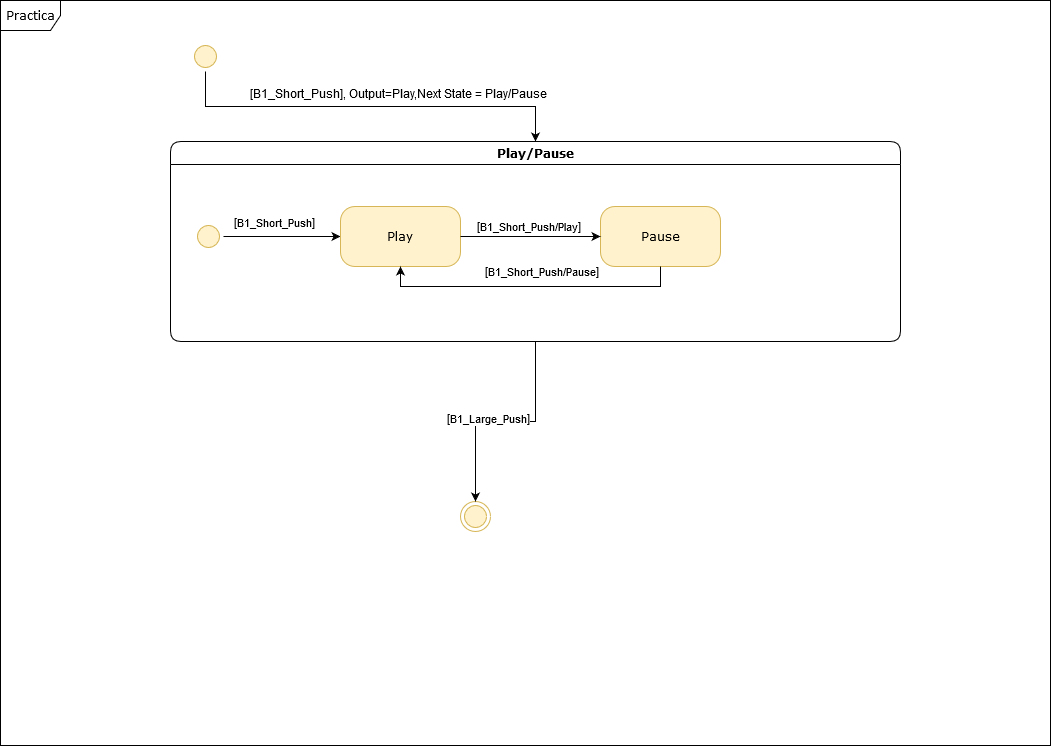
The draw.io diagram Diagramas/MS/Play_Pause.png in khr1s25/Reproductor_v2, before a commit. Source tidied: cells renumbered, new cells last; positions are measured from the earlier drawing's top-left corner, leaving out a move shared by most shapes. The source it was exported from:
```xml
<mxGraphModel background="#ffffff">
  <root>
    <mxCell id="0" />
    <mxCell id="1" parent="0" />
    <mxCell id="2" value="Practica" style="shape=umlFrame;whiteSpace=wrap;html=1;rounded=1;shadow=0;comic=0;labelBackgroundColor=none;strokeWidth=1;fontFamily=Verdana;fontSize=12;align=center;" parent="1" vertex="1">
      <mxGeometry width="1050" height="745" as="geometry" />
    </mxCell>
    <mxCell id="3" style="edgeStyle=orthogonalEdgeStyle;rounded=0;jettySize=auto;html=1;exitX=1;exitY=0.5;exitDx=0;exitDy=0;entryX=0.5;entryY=0;entryDx=0;entryDy=0;" parent="1" edge="1" source="5" target="6">
      <mxGeometry relative="1" as="geometry" />
    </mxCell>
    <mxCell id="4" value="[B1_Short_Push], Output=Play,Next State = Play/Pause" style="text;html=1;align=center;verticalAlign=middle;labelBackgroundColor=#ffffff;" parent="3" vertex="1">
      <mxGeometry x="-0.26" relative="1" as="geometry">
        <mxPoint x="78.5" y="-14" as="offset" />
      </mxGeometry>
    </mxCell>
    <mxCell id="5" style="ellipse;html=1;shape=startState;fillColor=#fff2cc;strokeColor=#d6b656;rounded=1;shadow=0;comic=0;labelBackgroundColor=none;fontFamily=Verdana;fontSize=12;align=center;direction=south;" parent="1" vertex="1">
      <mxGeometry x="190" y="41" width="30" height="30" as="geometry" />
    </mxCell>
    <mxCell id="6" value="Play/Pause" style="swimlane;whiteSpace=wrap;html=1;rounded=1;shadow=0;comic=0;labelBackgroundColor=none;strokeWidth=1;fontFamily=Verdana;fontSize=12;align=center;" parent="1" vertex="1">
      <mxGeometry x="170" y="141" width="730" height="200" as="geometry" />
    </mxCell>
    <mxCell id="7" style="edgeStyle=orthogonalEdgeStyle;rounded=0;jettySize=auto;html=1;exitX=0.5;exitY=0;exitDx=0;exitDy=0;entryX=0;entryY=0.5;entryDx=0;entryDy=0;" parent="6" edge="1" source="9" target="10">
      <mxGeometry relative="1" as="geometry" />
    </mxCell>
    <mxCell id="8" value="[&lt;font style=&quot;font-size: 11px&quot;&gt;B1_Short_Push&lt;/font&gt;]" style="text;html=1;align=center;verticalAlign=middle;labelBackgroundColor=#ffffff;" parent="7" vertex="1">
      <mxGeometry x="-0.32" relative="1" as="geometry">
        <mxPoint x="10" y="-15" as="offset" />
      </mxGeometry>
    </mxCell>
    <mxCell id="9" style="ellipse;html=1;shape=startState;fillColor=#fff2cc;strokeColor=#d6b656;rounded=1;shadow=0;comic=0;labelBackgroundColor=none;fontFamily=Verdana;fontSize=12;align=center;direction=south;" parent="6" vertex="1">
      <mxGeometry x="23" y="80" width="30" height="30" as="geometry" />
    </mxCell>
    <mxCell id="10" value="Play" style="rounded=1;whiteSpace=wrap;html=1;arcSize=24;fillColor=#fff2cc;strokeColor=#d6b656;shadow=0;comic=0;labelBackgroundColor=none;fontFamily=Verdana;fontSize=12;align=center;" parent="6" vertex="1">
      <mxGeometry x="170" y="65" width="120" height="60" as="geometry" />
    </mxCell>
    <mxCell id="11" value="Pause" style="rounded=1;whiteSpace=wrap;html=1;arcSize=24;fillColor=#fff2cc;strokeColor=#d6b656;shadow=0;comic=0;labelBackgroundColor=none;fontFamily=Verdana;fontSize=12;align=center;" parent="6" vertex="1">
      <mxGeometry x="430" y="65" width="120" height="60" as="geometry" />
    </mxCell>
    <mxCell id="12" style="edgeStyle=orthogonalEdgeStyle;rounded=0;jettySize=auto;html=1;exitX=1;exitY=0.5;exitDx=0;exitDy=0;" parent="6" edge="1" source="10" target="11">
      <mxGeometry relative="1" as="geometry" />
    </mxCell>
    <mxCell id="13" value="[&lt;font style=&quot;font-size: 11px&quot;&gt;B1_Short_Push/Play&lt;/font&gt;]" style="text;html=1;align=center;verticalAlign=middle;labelBackgroundColor=#ffffff;" parent="12" vertex="1">
      <mxGeometry x="0.24" relative="1" as="geometry">
        <mxPoint x="-19.7" y="-11" as="offset" />
      </mxGeometry>
    </mxCell>
    <mxCell id="14" style="edgeStyle=orthogonalEdgeStyle;rounded=0;jettySize=auto;html=1;exitX=0.5;exitY=1;exitDx=0;exitDy=0;entryX=0.5;entryY=1;entryDx=0;entryDy=0;" parent="6" edge="1" source="11" target="10">
      <mxGeometry relative="1" as="geometry" />
    </mxCell>
    <mxCell id="15" value="[&lt;font style=&quot;font-size: 11px&quot;&gt;B1_Short_Push/Pause&lt;/font&gt;]" style="text;html=1;align=center;verticalAlign=middle;labelBackgroundColor=#ffffff;" parent="14" vertex="1">
      <mxGeometry x="-0.1" y="-2" relative="1" as="geometry">
        <mxPoint x="-4.7" y="-13" as="offset" />
      </mxGeometry>
    </mxCell>
    <mxCell id="16" style="ellipse;html=1;shape=endState;fillColor=#fff2cc;strokeColor=#d6b656;" parent="1" vertex="1">
      <mxGeometry x="460" y="501" width="30" height="30" as="geometry" />
    </mxCell>
    <mxCell id="17" style="edgeStyle=orthogonalEdgeStyle;rounded=0;jettySize=auto;html=1;entryX=0.5;entryY=0;entryDx=0;entryDy=0;exitX=0.5;exitY=1;exitDx=0;exitDy=0;" parent="1" edge="1" source="6" target="16">
      <mxGeometry relative="1" as="geometry" />
    </mxCell>
    <mxCell id="18" value="[&lt;font style=&quot;font-size: 11px&quot;&gt;B1_Large_Push&lt;/font&gt;]" style="text;html=1;align=center;verticalAlign=middle;labelBackgroundColor=#ffffff;" parent="17" vertex="1">
      <mxGeometry x="0.17" y="-4" relative="1" as="geometry" />
    </mxCell>
  </root>
</mxGraphModel>
```
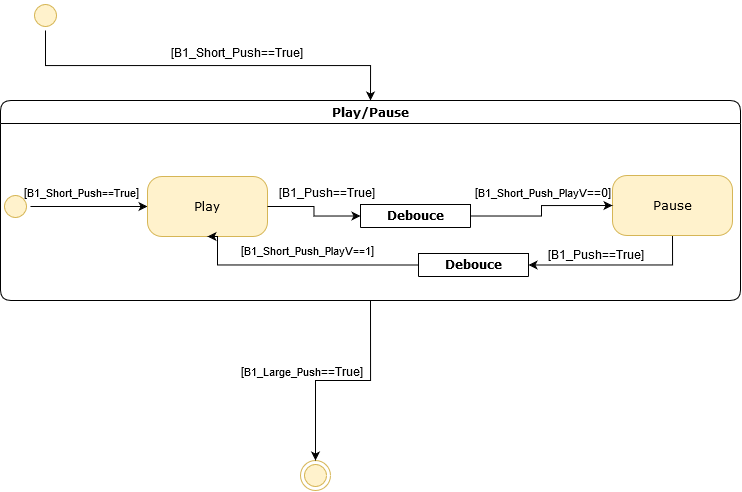
The same diagram one commit later.

Commit message:
Modificacion de Play, Pause

Adecuaciones y Arreglos del Diagrama Play/Pause

Diff of the diagram source:
```diff
@@ -2,13 +2,10 @@
   <root>
     <mxCell id="0" />
     <mxCell id="1" parent="0" />
-    <mxCell id="2" value="Practica" style="shape=umlFrame;whiteSpace=wrap;html=1;rounded=1;shadow=0;comic=0;labelBackgroundColor=none;strokeWidth=1;fontFamily=Verdana;fontSize=12;align=center;" parent="1" vertex="1">
-      <mxGeometry width="1050" height="745" as="geometry" />
-    </mxCell>
     <mxCell id="3" style="edgeStyle=orthogonalEdgeStyle;rounded=0;jettySize=auto;html=1;exitX=1;exitY=0.5;exitDx=0;exitDy=0;entryX=0.5;entryY=0;entryDx=0;entryDy=0;" parent="1" edge="1" source="5" target="6">
       <mxGeometry relative="1" as="geometry" />
     </mxCell>
-    <mxCell id="4" value="[B1_Short_Push], Output=Play,Next State = Play/Pause" style="text;html=1;align=center;verticalAlign=middle;labelBackgroundColor=#ffffff;" parent="3" vertex="1">
+    <mxCell id="4" value="[B1_Short_Push==True]" style="text;html=1;align=center;verticalAlign=middle;labelBackgroundColor=#ffffff;" parent="3" vertex="1">
       <mxGeometry x="-0.26" relative="1" as="geometry">
         <mxPoint x="78.5" y="-14" as="offset" />
       </mxGeometry>
@@ -17,49 +14,77 @@
       <mxGeometry x="190" y="41" width="30" height="30" as="geometry" />
     </mxCell>
     <mxCell id="6" value="Play/Pause" style="swimlane;whiteSpace=wrap;html=1;rounded=1;shadow=0;comic=0;labelBackgroundColor=none;strokeWidth=1;fontFamily=Verdana;fontSize=12;align=center;" parent="1" vertex="1">
-      <mxGeometry x="170" y="141" width="730" height="200" as="geometry" />
+      <mxGeometry x="160" y="141" width="740" height="200" as="geometry" />
     </mxCell>
     <mxCell id="7" style="edgeStyle=orthogonalEdgeStyle;rounded=0;jettySize=auto;html=1;exitX=0.5;exitY=0;exitDx=0;exitDy=0;entryX=0;entryY=0.5;entryDx=0;entryDy=0;" parent="6" edge="1" source="9" target="10">
       <mxGeometry relative="1" as="geometry" />
     </mxCell>
-    <mxCell id="8" value="[&lt;font style=&quot;font-size: 11px&quot;&gt;B1_Short_Push&lt;/font&gt;]" style="text;html=1;align=center;verticalAlign=middle;labelBackgroundColor=#ffffff;" parent="7" vertex="1">
+    <mxCell id="8" value="[&lt;font style=&quot;font-size: 11px&quot;&gt;B1_Short_Push==True&lt;/font&gt;]" style="text;html=1;align=center;verticalAlign=middle;labelBackgroundColor=#ffffff;" parent="7" vertex="1">
       <mxGeometry x="-0.32" relative="1" as="geometry">
         <mxPoint x="10" y="-15" as="offset" />
       </mxGeometry>
     </mxCell>
     <mxCell id="9" style="ellipse;html=1;shape=startState;fillColor=#fff2cc;strokeColor=#d6b656;rounded=1;shadow=0;comic=0;labelBackgroundColor=none;fontFamily=Verdana;fontSize=12;align=center;direction=south;" parent="6" vertex="1">
-      <mxGeometry x="23" y="80" width="30" height="30" as="geometry" />
+      <mxGeometry y="91" width="30" height="30" as="geometry" />
     </mxCell>
     <mxCell id="10" value="Play" style="rounded=1;whiteSpace=wrap;html=1;arcSize=24;fillColor=#fff2cc;strokeColor=#d6b656;shadow=0;comic=0;labelBackgroundColor=none;fontFamily=Verdana;fontSize=12;align=center;" parent="6" vertex="1">
-      <mxGeometry x="170" y="65" width="120" height="60" as="geometry" />
+      <mxGeometry x="147" y="76" width="120" height="60" as="geometry" />
     </mxCell>
-    <mxCell id="11" value="Pause" style="rounded=1;whiteSpace=wrap;html=1;arcSize=24;fillColor=#fff2cc;strokeColor=#d6b656;shadow=0;comic=0;labelBackgroundColor=none;fontFamily=Verdana;fontSize=12;align=center;" parent="6" vertex="1">
-      <mxGeometry x="430" y="65" width="120" height="60" as="geometry" />
-    </mxCell>
-    <mxCell id="12" style="edgeStyle=orthogonalEdgeStyle;rounded=0;jettySize=auto;html=1;exitX=1;exitY=0.5;exitDx=0;exitDy=0;" parent="6" edge="1" source="10" target="11">
-      <mxGeometry relative="1" as="geometry" />
-    </mxCell>
-    <mxCell id="13" value="[&lt;font style=&quot;font-size: 11px&quot;&gt;B1_Short_Push/Play&lt;/font&gt;]" style="text;html=1;align=center;verticalAlign=middle;labelBackgroundColor=#ffffff;" parent="12" vertex="1">
-      <mxGeometry x="0.24" relative="1" as="geometry">
-        <mxPoint x="-19.7" y="-11" as="offset" />
-      </mxGeometry>
-    </mxCell>
-    <mxCell id="14" style="edgeStyle=orthogonalEdgeStyle;rounded=0;jettySize=auto;html=1;exitX=0.5;exitY=1;exitDx=0;exitDy=0;entryX=0.5;entryY=1;entryDx=0;entryDy=0;" parent="6" edge="1" source="11" target="10">
-      <mxGeometry relative="1" as="geometry" />
-    </mxCell>
-    <mxCell id="15" value="[&lt;font style=&quot;font-size: 11px&quot;&gt;B1_Short_Push/Pause&lt;/font&gt;]" style="text;html=1;align=center;verticalAlign=middle;labelBackgroundColor=#ffffff;" parent="14" vertex="1">
-      <mxGeometry x="-0.1" y="-2" relative="1" as="geometry">
-        <mxPoint x="-4.7" y="-13" as="offset" />
-      </mxGeometry>
-    </mxCell>
     <mxCell id="16" style="ellipse;html=1;shape=endState;fillColor=#fff2cc;strokeColor=#d6b656;" parent="1" vertex="1">
       <mxGeometry x="460" y="501" width="30" height="30" as="geometry" />
     </mxCell>
     <mxCell id="17" style="edgeStyle=orthogonalEdgeStyle;rounded=0;jettySize=auto;html=1;entryX=0.5;entryY=0;entryDx=0;entryDy=0;exitX=0.5;exitY=1;exitDx=0;exitDy=0;" parent="1" edge="1" source="6" target="16">
       <mxGeometry relative="1" as="geometry" />
     </mxCell>
-    <mxCell id="18" value="[&lt;font style=&quot;font-size: 11px&quot;&gt;B1_Large_Push&lt;/font&gt;]" style="text;html=1;align=center;verticalAlign=middle;labelBackgroundColor=#ffffff;" parent="17" vertex="1">
-      <mxGeometry x="0.17" y="-4" relative="1" as="geometry" />
+    <mxCell id="18" value="[&lt;font style=&quot;font-size: 11px&quot;&gt;B1_Large_Push&lt;/font&gt;==True]" style="text;html=1;align=center;verticalAlign=middle;labelBackgroundColor=#ffffff;" parent="17" vertex="1">
+      <mxGeometry x="0.17" y="-4" relative="1" as="geometry">
+        <mxPoint x="-24.2" y="-6" as="offset" />
+      </mxGeometry>
     </mxCell>
+    <mxCell id="19" style="edgeStyle=orthogonalEdgeStyle;rounded=0;jettySize=auto;html=1;exitX=0.5;exitY=1;exitDx=0;exitDy=0;entryX=1;entryY=0.5;entryDx=0;entryDy=0;" parent="1" edge="1" source="11" target="21">
+      <mxGeometry relative="1" as="geometry" />
+    </mxCell>
+    <mxCell id="20" value="[B1_Push==True]" style="text;html=1;align=center;verticalAlign=middle;labelBackgroundColor=#ffffff;" parent="19" vertex="1">
+      <mxGeometry x="0.41" relative="1" as="geometry">
+        <mxPoint x="15.4" y="-11.5" as="offset" />
+      </mxGeometry>
+    </mxCell>
+    <mxCell id="11" value="Pause" style="rounded=1;whiteSpace=wrap;html=1;arcSize=24;fillColor=#fff2cc;strokeColor=#d6b656;shadow=0;comic=0;labelBackgroundColor=none;fontFamily=Verdana;fontSize=12;align=center;" parent="1" vertex="1">
+      <mxGeometry x="772" y="216" width="120" height="60" as="geometry" />
+    </mxCell>
+    <mxCell id="21" value="Debouce" style="swimlane;whiteSpace=wrap;html=1;rounded=1;shadow=0;comic=0;labelBackgroundColor=none;strokeWidth=1;fontFamily=Verdana;fontSize=12;align=center;" parent="1" vertex="1" collapsed="1">
+      <mxGeometry x="578" y="294" width="110" height="23" as="geometry" />
+    </mxCell>
+    <mxCell id="14" style="edgeStyle=orthogonalEdgeStyle;rounded=0;jettySize=auto;html=1;entryX=0.5;entryY=1;entryDx=0;entryDy=0;exitX=0;exitY=0.5;exitDx=0;exitDy=0;" parent="1" edge="1" source="21" target="10">
+      <mxGeometry relative="1" as="geometry">
+        <Array as="points">
+          <mxPoint x="377" y="306" />
+        </Array>
+      </mxGeometry>
+    </mxCell>
+    <mxCell id="15" value="[&lt;font style=&quot;font-size: 11px&quot;&gt;B1_Short_Push_PlayV==1&lt;/font&gt;]" style="text;html=1;align=center;verticalAlign=middle;labelBackgroundColor=#ffffff;" parent="14" vertex="1">
+      <mxGeometry x="-0.1" y="-2" relative="1" as="geometry">
+        <mxPoint x="-4.7" y="-13" as="offset" />
+      </mxGeometry>
+    </mxCell>
+    <mxCell id="22" style="edgeStyle=orthogonalEdgeStyle;rounded=0;jettySize=auto;html=1;exitX=1;exitY=0.5;exitDx=0;exitDy=0;entryX=0;entryY=0.5;entryDx=0;entryDy=0;" parent="1" edge="1" source="24" target="11">
+      <mxGeometry relative="1" as="geometry" />
+    </mxCell>
+    <mxCell id="23" value="[&lt;font style=&quot;font-size: 11px&quot;&gt;B1_Short_Push_PlayV&lt;/font&gt;==0]" style="text;html=1;align=center;verticalAlign=middle;labelBackgroundColor=#ffffff;" parent="22" vertex="1">
+      <mxGeometry x="0.08" relative="1" as="geometry">
+        <mxPoint y="-14" as="offset" />
+      </mxGeometry>
+    </mxCell>
+    <mxCell id="24" value="Debouce" style="swimlane;whiteSpace=wrap;html=1;rounded=1;shadow=0;comic=0;labelBackgroundColor=none;strokeWidth=1;fontFamily=Verdana;fontSize=12;align=center;" parent="1" vertex="1" collapsed="1">
+      <mxGeometry x="520" y="245" width="110" height="23" as="geometry" />
+    </mxCell>
+    <mxCell id="12" style="edgeStyle=orthogonalEdgeStyle;rounded=0;jettySize=auto;html=1;exitX=1;exitY=0.5;exitDx=0;exitDy=0;entryX=0;entryY=0.5;entryDx=0;entryDy=0;" parent="1" edge="1" source="10" target="24">
+      <mxGeometry relative="1" as="geometry" />
+    </mxCell>
+    <mxCell id="25" value="[B1_Push==True]" style="text;html=1;align=center;verticalAlign=middle;labelBackgroundColor=#ffffff;" parent="12" vertex="1">
+      <mxGeometry x="0.01" y="9" relative="1" as="geometry">
+        <mxPoint x="2.5" y="-20.2" as="offset" />
+      </mxGeometry>
+    </mxCell>
   </root>
 </mxGraphModel>
```
